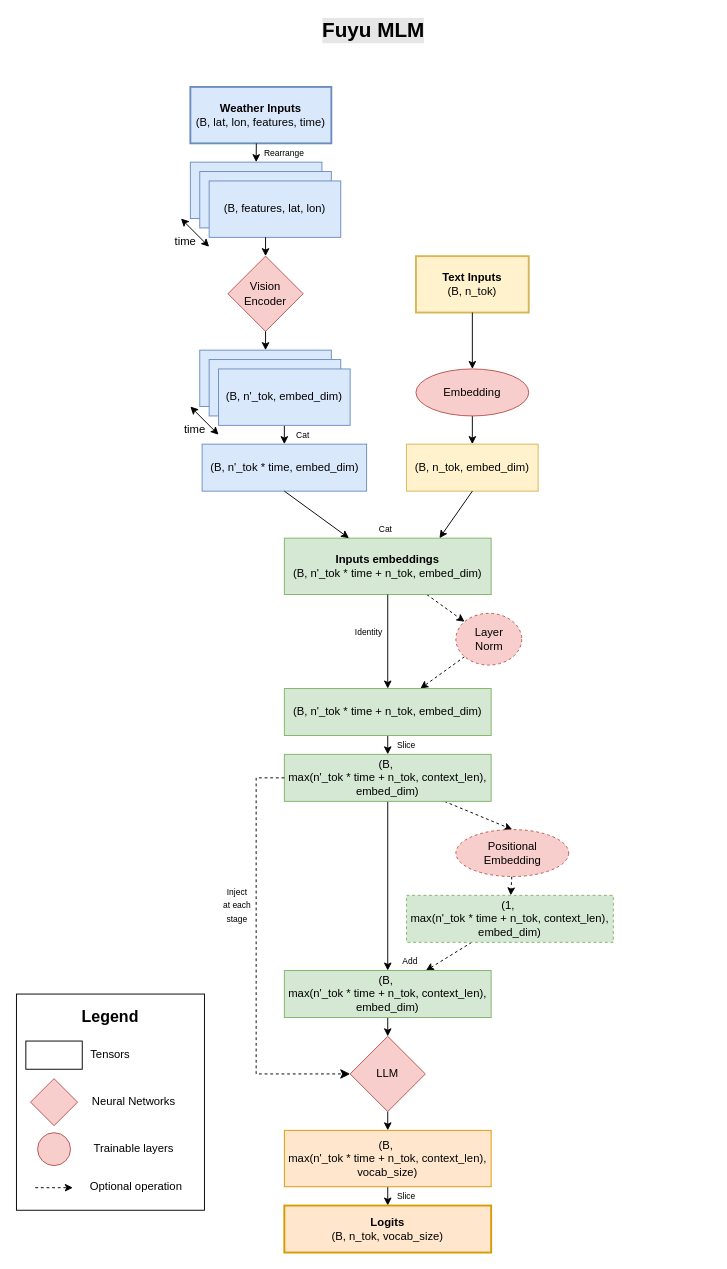
meteofrance/mfai keeps this draw.io diagram as page "Fuyu" (1 of 4) of doc/model_diagrams/model_diagrams.drawio. Above is the earlier version. Source tidied: cells renumbered, new cells numbered last; positions are measured from the earlier drawing's top-left corner, leaving out a move shared by most shapes. Both pictures are drawn from the tidied source at 94%, with x=0, y=0 at pixel (16, 16).
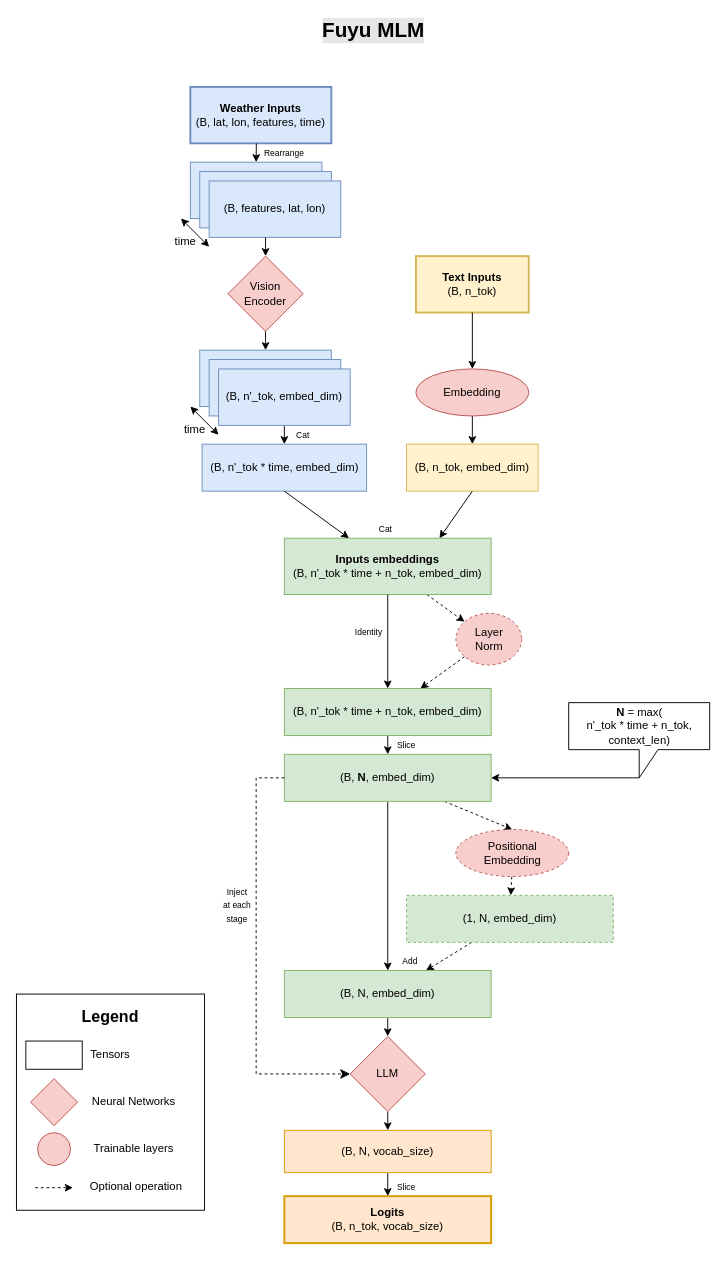
After the change.

Change to the diagram source:
```diff
@@
-    <mxCell id="37" value="&lt;div&gt;(B,&amp;nbsp;&lt;/div&gt;&lt;div&gt;max(n'_tok * time + n_tok, context_len), embed_dim)&lt;/div&gt;" style="rounded=0;whiteSpace=wrap;html=1;fillColor=#d5e8d4;strokeColor=#82b366;" parent="1" vertex="1">
+    <mxCell id="37" value="&lt;div&gt;(B,&amp;nbsp;&lt;span style=&quot;background-color: transparent;&quot;&gt;&lt;b&gt;N&lt;/b&gt;, embed_dim)&lt;/span&gt;&lt;/div&gt;" style="rounded=0;whiteSpace=wrap;html=1;fillColor=#d5e8d4;strokeColor=#82b366;" parent="1" vertex="1">
       <mxGeometry x="285" y="785" width="220" height="50" as="geometry" />
     </mxCell>
@@
-    <mxCell id="41" value="&lt;div&gt;(1,&amp;nbsp;&lt;/div&gt;&lt;div&gt;max(n'_tok * time + n_tok, context_len), embed_dim)&lt;/div&gt;" style="rounded=0;whiteSpace=wrap;html=1;fillColor=#d5e8d4;strokeColor=#82b366;dashed=1;" parent="1" vertex="1">
+    <mxCell id="41" value="&lt;div&gt;(1,&amp;nbsp;&lt;span style=&quot;background-color: transparent;&quot;&gt;N, embed_dim)&lt;/span&gt;&lt;/div&gt;" style="rounded=0;whiteSpace=wrap;html=1;fillColor=#d5e8d4;strokeColor=#82b366;dashed=1;" parent="1" vertex="1">
       <mxGeometry x="415" y="935" width="220" height="50" as="geometry" />
     </mxCell>
@@
-    <mxCell id="43" value="&lt;div&gt;(B,&amp;nbsp;&lt;/div&gt;&lt;div&gt;max(n'_tok * time + n_tok, context_len), embed_dim)&lt;/div&gt;" style="rounded=0;whiteSpace=wrap;html=1;fillColor=#d5e8d4;strokeColor=#82b366;" parent="1" vertex="1">
+    <mxCell id="43" value="&lt;div&gt;(B,&amp;nbsp;&lt;span style=&quot;background-color: transparent;&quot;&gt;N, embed_dim)&lt;/span&gt;&lt;/div&gt;" style="rounded=0;whiteSpace=wrap;html=1;fillColor=#d5e8d4;strokeColor=#82b366;" parent="1" vertex="1">
       <mxGeometry x="285" y="1015" width="220" height="50" as="geometry" />
     </mxCell>
@@
-    <mxCell id="52" value="&lt;div&gt;&lt;span style=&quot;background-color: transparent;&quot;&gt;(B,&amp;nbsp;&lt;/span&gt;&lt;br&gt;&lt;/div&gt;&lt;div&gt;max(n'_tok * time + n_tok, context_len), vocab_size)&lt;/div&gt;" style="rounded=0;whiteSpace=wrap;html=1;fillColor=#ffe6cc;strokeColor=#d79b00;" parent="1" vertex="1">
-      <mxGeometry x="285" y="1185" width="220" height="60" as="geometry" />
+    <mxCell id="52" value="&lt;div&gt;&lt;span style=&quot;background-color: transparent;&quot;&gt;(B,&amp;nbsp;&lt;/span&gt;&lt;span style=&quot;background-color: transparent;&quot;&gt;N, vocab_size)&lt;/span&gt;&lt;/div&gt;" style="rounded=0;whiteSpace=wrap;html=1;fillColor=#ffe6cc;strokeColor=#d79b00;" parent="1" vertex="1">
+      <mxGeometry x="285" y="1185" width="220" height="45" as="geometry" />
     </mxCell>
     <mxCell id="53" value="&lt;div&gt;&lt;b&gt;Logits&lt;/b&gt;&lt;/div&gt;&lt;div&gt;(B,&amp;nbsp;&lt;span style=&quot;background-color: transparent;&quot;&gt;n_tok, vocab_size)&lt;/span&gt;&lt;/div&gt;" style="rounded=0;whiteSpace=wrap;html=1;fillColor=#ffe6cc;strokeColor=#d79b00;strokeWidth=2;" parent="1" vertex="1">
-      <mxGeometry x="285" y="1265" width="220" height="50" as="geometry" />
+      <mxGeometry x="285" y="1255" width="220" height="50" as="geometry" />
     </mxCell>
     <mxCell id="54" value="&lt;font style=&quot;font-size: 9px;&quot;&gt;Slice&lt;/font&gt;" style="text;html=1;align=center;verticalAlign=middle;whiteSpace=wrap;rounded=0;" parent="1" vertex="1">
-      <mxGeometry x="395" y="1245" width="40" height="20" as="geometry" />
+      <mxGeometry x="395" y="1235" width="40" height="20" as="geometry" />
     </mxCell>
@@
+    <mxCell id="67" style="edgeStyle=none;html=1;entryX=1;entryY=0.5;entryDx=0;entryDy=0;exitX=0;exitY=0;exitDx=75;exitDy=80;exitPerimeter=0;" parent="1" edge="1" source="68" target="37">
+      <mxGeometry relative="1" as="geometry" />
+    </mxCell>
+    <mxCell id="68" value="&lt;b&gt;N&lt;/b&gt; =&amp;nbsp;&lt;span style=&quot;color: rgb(0, 0, 0);&quot;&gt;max(&lt;/span&gt;&lt;div&gt;&lt;span style=&quot;color: rgb(0, 0, 0);&quot;&gt;n'_tok * time + n_tok, context_len)&lt;/span&gt;&lt;/div&gt;" style="shape=callout;whiteSpace=wrap;html=1;perimeter=calloutPerimeter;" parent="1" vertex="1">
+      <mxGeometry x="587.5" y="730" width="150" height="80" as="geometry" />
+    </mxCell>
```
